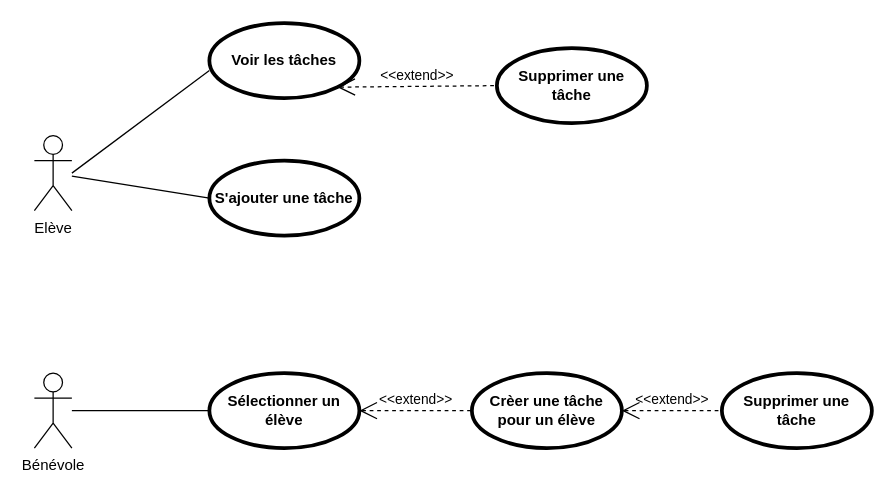
tchicoulo/learnathome keeps this draw.io diagram as Gestionnaire de taches Diagram.drawio. Above is the earlier version. Source tidied: cells renumbered, new cells numbered last; positions are measured from the earlier drawing's top-left corner, leaving out a move shared by most shapes. Both pictures are drawn from the tidied source at 125%, with x=0, y=0 at pixel (34, 22).
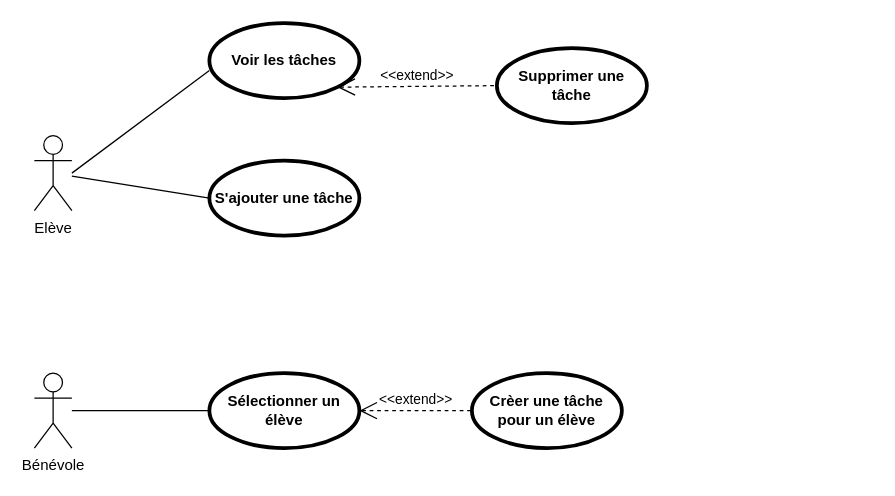
The same diagram, later.

Diff of the diagram source:
```diff
@@
 <mxGraphModel>
   <root>
     <mxCell id="0" />
     <mxCell id="1" parent="0" />
     <mxCell id="2" value="Bénévole" style="shape=umlActor;html=1;verticalLabelPosition=bottom;verticalAlign=top;align=center;" parent="1" vertex="1">
       <mxGeometry y="280" width="30" height="60" as="geometry" />
     </mxCell>
     <mxCell id="3" value="Elève" style="shape=umlActor;html=1;verticalLabelPosition=bottom;verticalAlign=top;align=center;" parent="1" vertex="1">
       <mxGeometry y="90" width="30" height="60" as="geometry" />
     </mxCell>
     <mxCell id="4" value="Voir les tâches" style="shape=ellipse;html=1;strokeWidth=3;fontStyle=1;whiteSpace=wrap;align=center;perimeter=ellipsePerimeter;" parent="1" vertex="1">
       <mxGeometry x="140" width="120" height="60" as="geometry" />
     </mxCell>
     <mxCell id="5" value="S'ajouter une tâche" style="shape=ellipse;html=1;strokeWidth=3;fontStyle=1;whiteSpace=wrap;align=center;perimeter=ellipsePerimeter;" parent="1" vertex="1">
       <mxGeometry x="140" y="110" width="120" height="60" as="geometry" />
     </mxCell>
     <mxCell id="6" value="Sélectionner un élève" style="shape=ellipse;html=1;strokeWidth=3;fontStyle=1;whiteSpace=wrap;align=center;perimeter=ellipsePerimeter;" parent="1" vertex="1">
       <mxGeometry x="140" y="280" width="120" height="60" as="geometry" />
     </mxCell>
     <mxCell id="7" value="Supprimer une tâche" style="shape=ellipse;html=1;strokeWidth=3;fontStyle=1;whiteSpace=wrap;align=center;perimeter=ellipsePerimeter;" parent="1" vertex="1">
       <mxGeometry x="370" y="20" width="120" height="60" as="geometry" />
     </mxCell>
     <mxCell id="8" value="&amp;lt;&amp;lt;extend&amp;gt;&amp;gt;" style="edgeStyle=none;html=1;startArrow=open;endArrow=none;startSize=12;verticalAlign=bottom;dashed=1;labelBackgroundColor=none;rounded=0;exitX=1;exitY=1;exitDx=0;exitDy=0;entryX=0;entryY=0.5;entryDx=0;entryDy=0;" parent="1" edge="1" source="4" target="7">
       <mxGeometry relative="1" as="geometry" />
     </mxCell>
     <mxCell id="9" style="edgeStyle=none;html=1;endArrow=none;verticalAlign=bottom;rounded=0;entryX=0;entryY=0.633;entryDx=0;entryDy=0;entryPerimeter=0;" parent="1" edge="1" target="4">
       <mxGeometry relative="1" as="geometry">
         <mxPoint x="30" y="120" as="sourcePoint" />
       </mxGeometry>
     </mxCell>
     <mxCell id="10" style="edgeStyle=none;html=1;endArrow=none;verticalAlign=bottom;rounded=0;entryX=0;entryY=0.5;entryDx=0;entryDy=0;" parent="1" edge="1" source="3" target="5">
       <mxGeometry relative="1" as="geometry" />
     </mxCell>
     <mxCell id="11" style="edgeStyle=none;html=1;endArrow=none;verticalAlign=bottom;rounded=0;entryX=0;entryY=0.5;entryDx=0;entryDy=0;" parent="1" edge="1" source="2" target="6">
       <mxGeometry relative="1" as="geometry" />
     </mxCell>
     <mxCell id="12" value="Crèer une tâche pour un élève" style="shape=ellipse;html=1;strokeWidth=3;fontStyle=1;whiteSpace=wrap;align=center;perimeter=ellipsePerimeter;" parent="1" vertex="1">
       <mxGeometry x="350" y="280" width="120" height="60" as="geometry" />
     </mxCell>
     <mxCell id="13" value="&amp;lt;&amp;lt;extend&amp;gt;&amp;gt;" style="edgeStyle=none;html=1;startArrow=open;endArrow=none;startSize=12;verticalAlign=bottom;dashed=1;labelBackgroundColor=none;rounded=0;entryX=0;entryY=0.5;entryDx=0;entryDy=0;exitX=1;exitY=0.5;exitDx=0;exitDy=0;" parent="1" edge="1" source="6" target="12">
       <mxGeometry relative="1" as="geometry" />
     </mxCell>
-    <mxCell id="14" value="Supprimer une tâche" style="shape=ellipse;html=1;strokeWidth=3;fontStyle=1;whiteSpace=wrap;align=center;perimeter=ellipsePerimeter;" parent="1" vertex="1">
-      <mxGeometry x="550" y="280" width="120" height="60" as="geometry" />
-    </mxCell>
-    <mxCell id="15" value="&amp;lt;&amp;lt;extend&amp;gt;&amp;gt;" style="edgeStyle=none;html=1;startArrow=open;endArrow=none;startSize=12;verticalAlign=bottom;dashed=1;labelBackgroundColor=none;rounded=0;exitX=1;exitY=0.5;exitDx=0;exitDy=0;entryX=0;entryY=0.5;entryDx=0;entryDy=0;" parent="1" edge="1" source="12" target="14">
-      <mxGeometry relative="1" as="geometry" />
-    </mxCell>
   </root>
 </mxGraphModel>
```
